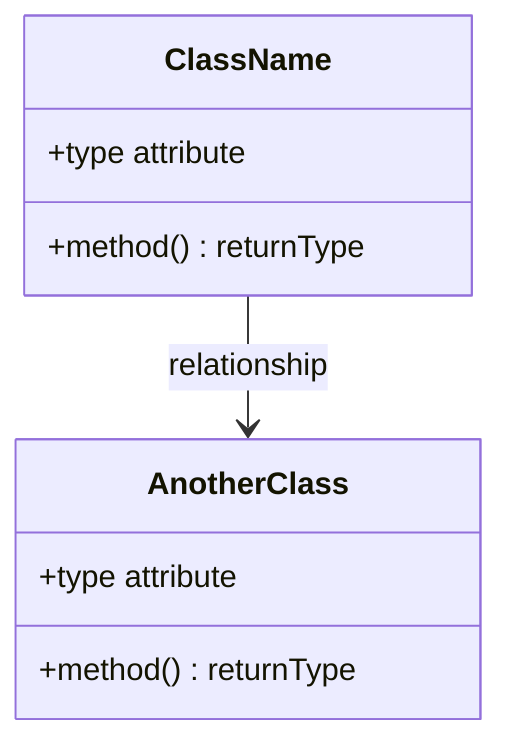
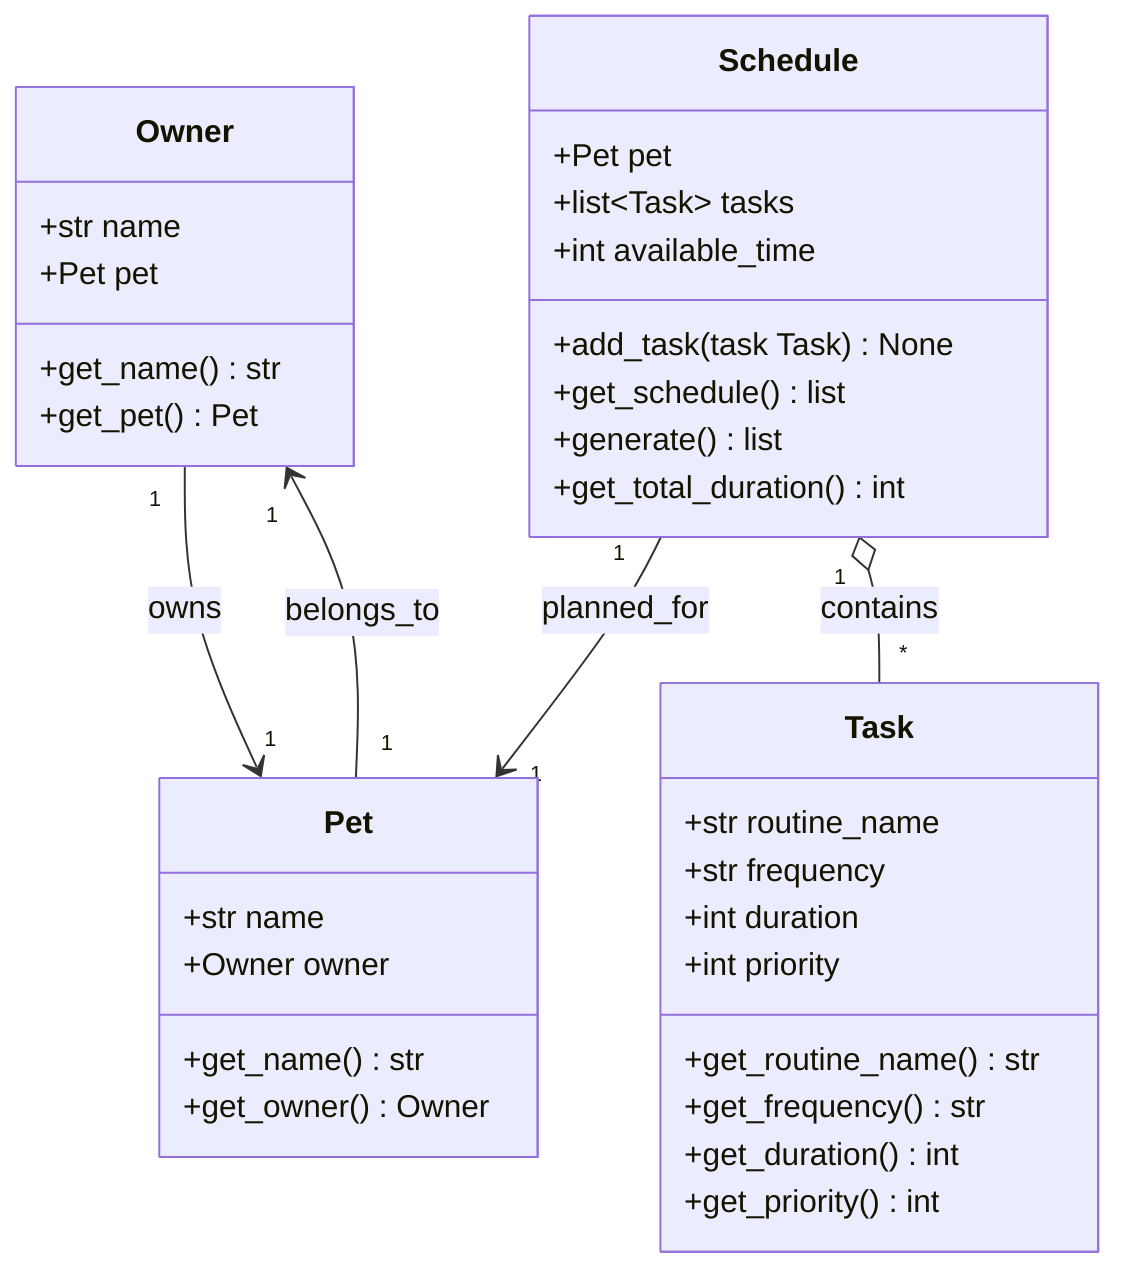
classDiagram
-     %% Replace the placeholders below with your actual classes, attributes, methods, and relationships.
-     %% Keep this file updated so it matches your final implementation.
- 
-     class ClassName {
-         +type attribute
-         +method() returnType
+     class Owner {
+         +str name
+         +Pet pet
+         +get_name() str
+         +get_pet() Pet
    }

-     class AnotherClass {
-         +type attribute
-         +method() returnType
+     class Pet {
+         +str name
+         +Owner owner
+         +get_name() str
+         +get_owner() Owner
    }

-     ClassName --> AnotherClass : relationship
+     class Task {
+         +str routine_name
+         +str frequency
+         +int duration
+         +int priority
+         +get_routine_name() str
+         +get_frequency() str
+         +get_duration() int
+         +get_priority() int
+     }
+ 
+     class Schedule {
+         +Pet pet
+         +list~Task~ tasks
+         +int available_time
+         +add_task(task Task) None
+         +get_schedule() list
+         +generate() list
+         +get_total_duration() int
+     }
+ 
+     Owner "1" --> "1" Pet : owns
+     Pet "1" --> "1" Owner : belongs_to
+     Schedule "1" --> "1" Pet : planned_for
+     Schedule "1" o-- "*" Task : contains
